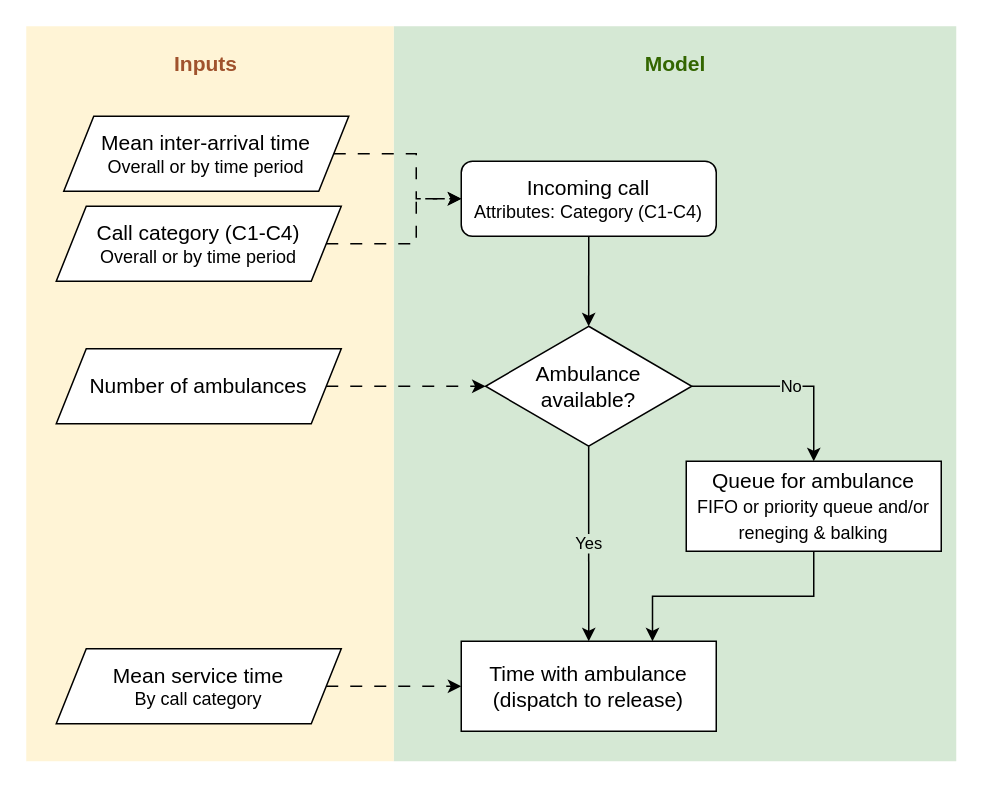
Above: docs/images/stage1.drawio in ambmodels/ambdes (draw.io), before the change. Source tidied: cells renumbered, new cells numbered last; positions are measured from the earlier drawing's top-left corner, leaving out a move shared by most shapes. Both pictures are drawn from the tidied source at 150%, with x=0, y=0 at pixel (26, 26).
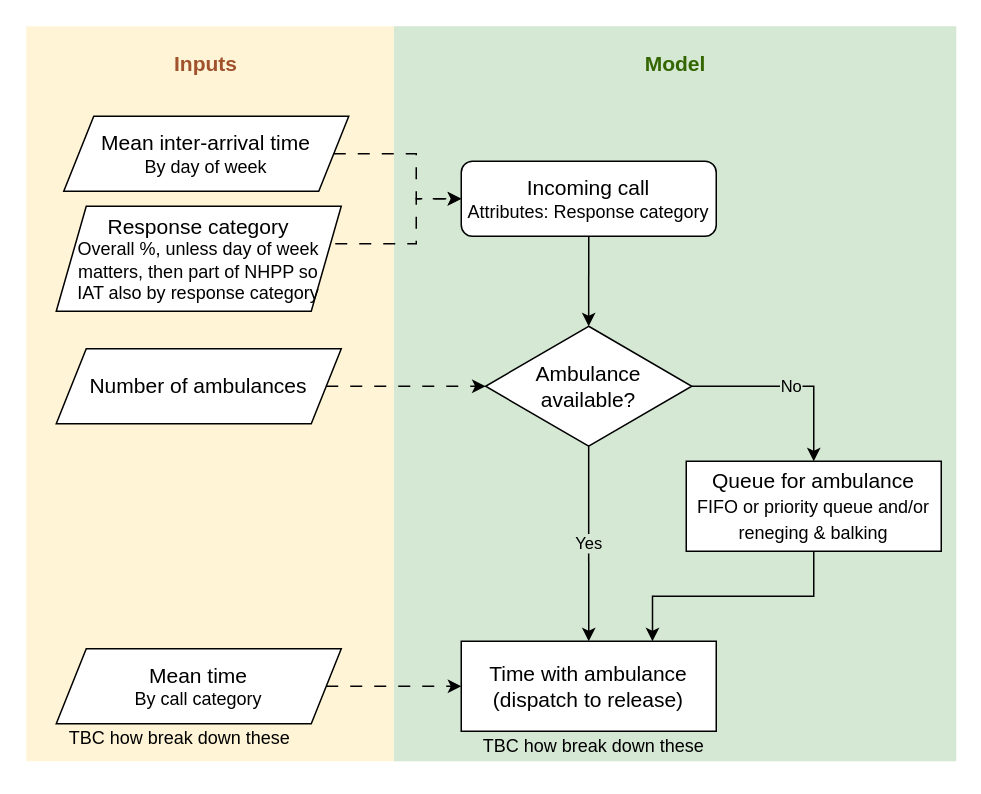
After the change.

Commit message (it also covers changes not shown here):
docs(conceptual/literature): update following meeting with ambulance service

Change to the diagram source:
```diff
@@
-    <mxCell id="5" value="&lt;font style=&quot;font-size: 14px;&quot;&gt;Mean inter-arrival time&lt;/font&gt;&lt;div&gt;Overall or by time period&lt;/div&gt;" style="shape=parallelogram;perimeter=parallelogramPerimeter;whiteSpace=wrap;html=1;fixedSize=1;" parent="1" vertex="1">
+    <mxCell id="5" value="&lt;font style=&quot;font-size: 14px;&quot;&gt;Mean inter-arrival time&lt;/font&gt;&lt;div&gt;By day of week&lt;/div&gt;" style="shape=parallelogram;perimeter=parallelogramPerimeter;whiteSpace=wrap;html=1;fixedSize=1;" parent="1" vertex="1">
       <mxGeometry x="25" y="60" width="190" height="50" as="geometry" />
     </mxCell>
@@
-    <mxCell id="7" value="&lt;font style=&quot;font-size: 14px;&quot;&gt;Call category (C1-C4)&lt;/font&gt;&lt;div&gt;Overall or by time period&lt;/div&gt;" style="shape=parallelogram;perimeter=parallelogramPerimeter;whiteSpace=wrap;html=1;fixedSize=1;" parent="1" vertex="1">
-      <mxGeometry x="20" y="120" width="190" height="50" as="geometry" />
+    <mxCell id="7" value="&lt;font style=&quot;font-size: 14px;&quot;&gt;Response category&lt;/font&gt;&lt;div&gt;Overall %, unless day of week matters, then part of NHPP so&lt;/div&gt;&lt;div&gt;IAT also by response category&lt;/div&gt;" style="shape=parallelogram;perimeter=parallelogramPerimeter;whiteSpace=wrap;html=1;fixedSize=1;" parent="1" vertex="1">
+      <mxGeometry x="20" y="120" width="190" height="70" as="geometry" />
     </mxCell>
@@
-    <mxCell id="11" value="&lt;span style=&quot;font-size: 14px;&quot;&gt;Mean service time&lt;/span&gt;&lt;div&gt;&lt;font&gt;By call category&lt;/font&gt;&lt;/div&gt;" style="shape=parallelogram;perimeter=parallelogramPerimeter;whiteSpace=wrap;html=1;fixedSize=1;" parent="1" vertex="1">
+    <mxCell id="11" value="&lt;span style=&quot;font-size: 14px;&quot;&gt;Mean time&lt;/span&gt;&lt;div&gt;&lt;font&gt;By call category&lt;/font&gt;&lt;/div&gt;" style="shape=parallelogram;perimeter=parallelogramPerimeter;whiteSpace=wrap;html=1;fixedSize=1;" parent="1" vertex="1">
       <mxGeometry x="20" y="415" width="190" height="50" as="geometry" />
     </mxCell>
@@
-    <mxCell id="15" value="&lt;font style=&quot;font-size: 14px;&quot;&gt;Incoming call&lt;/font&gt;&lt;div&gt;Attributes: Category (C1-C4)&lt;/div&gt;" style="rounded=1;whiteSpace=wrap;html=1;" parent="1" vertex="1">
+    <mxCell id="15" value="&lt;font style=&quot;font-size: 14px;&quot;&gt;Incoming call&lt;/font&gt;&lt;div&gt;Attributes: Response category&lt;/div&gt;" style="rounded=1;whiteSpace=wrap;html=1;" parent="1" vertex="1">
       <mxGeometry x="290" y="90" width="170" height="50" as="geometry" />
     </mxCell>
@@
+    <mxCell id="22" value="TBC how break down these" style="text;html=1;whiteSpace=wrap;strokeColor=none;fillColor=none;align=center;verticalAlign=middle;rounded=0;" parent="1" vertex="1">
+      <mxGeometry x="10" y="460" width="185" height="30" as="geometry" />
+    </mxCell>
+    <mxCell id="23" value="TBC how break down these" style="text;html=1;whiteSpace=wrap;strokeColor=none;fillColor=none;align=center;verticalAlign=middle;rounded=0;" parent="1" vertex="1">
+      <mxGeometry x="286" y="465" width="185" height="30" as="geometry" />
+    </mxCell>
```
